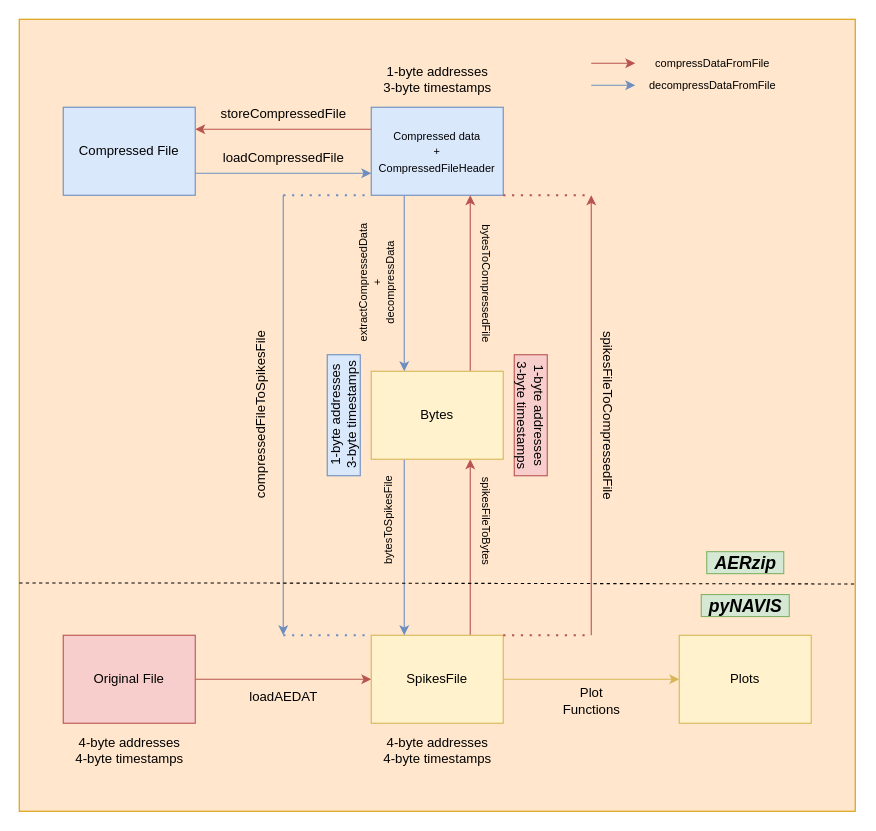
Earlier version of the draw.io diagram images/AERzip_Complete.drawio (alvayus/AERzip). Source tidied: cells renumbered, new cells numbered last; positions are measured from the earlier drawing's top-left corner, leaving out a move shared by most shapes. Both pictures are drawn from the tidied source at 110%, with x=0, y=0 at pixel (19, 19).
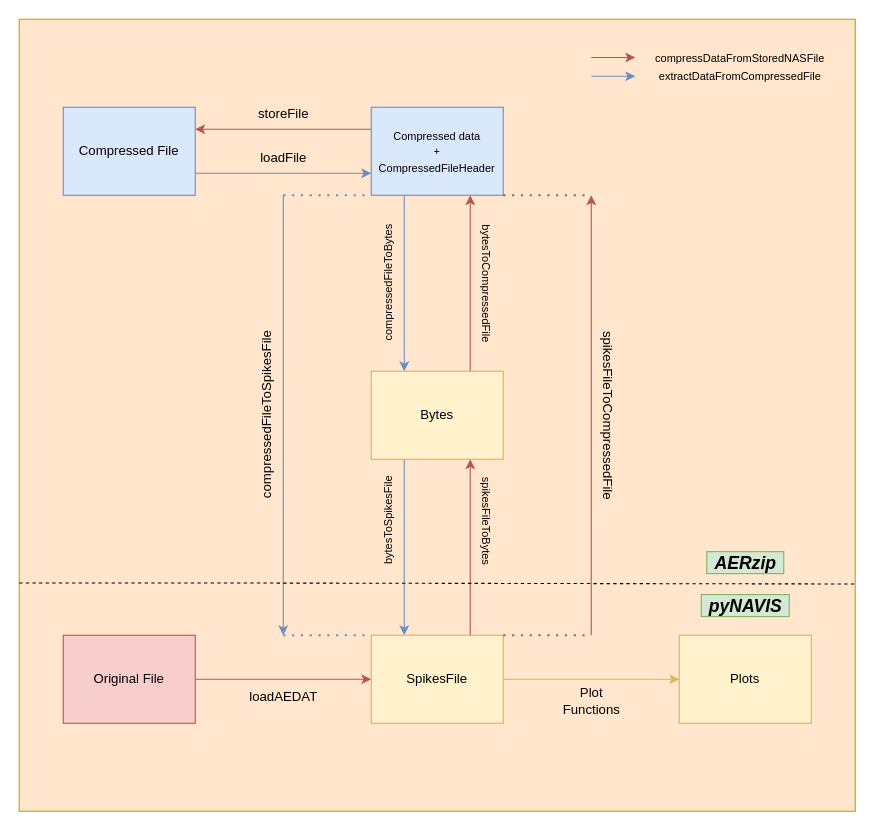
The same diagram, later.

What changed in the source:
```diff
@@
-    <mxCell id="8" value="1-byte addresses&lt;br&gt;3-byte timestamps" style="text;html=1;align=center;verticalAlign=middle;strokeColor=none;fillColor=none;" parent="1" vertex="1">
-      <mxGeometry x="325" y="40" width="110" height="30" as="geometry" />
-    </mxCell>
-    <mxCell id="9" value="4-byte addresses&lt;br&gt;4-byte timestamps" style="text;html=1;align=center;verticalAlign=middle;strokeColor=none;fillColor=none;" parent="1" vertex="1">
-      <mxGeometry x="45" y="650" width="110" height="30" as="geometry" />
-    </mxCell>
@@
-    <mxCell id="15" value="4-byte addresses&lt;br&gt;4-byte timestamps" style="text;html=1;align=center;verticalAlign=middle;strokeColor=none;fillColor=none;" parent="1" vertex="1">
-      <mxGeometry x="325" y="650" width="110" height="30" as="geometry" />
-    </mxCell>
@@
-    <mxCell id="23" value="1-byte addresses&lt;br&gt;3-byte timestamps" style="text;html=1;align=center;verticalAlign=middle;strokeColor=#b85450;fillColor=#f8cecc;rotation=90;" parent="1" vertex="1">
-      <mxGeometry x="410" y="345" width="110" height="30" as="geometry" />
-    </mxCell>
@@
-    <mxCell id="29" value="storeCompressedFile" style="text;html=1;align=center;verticalAlign=middle;strokeColor=none;fillColor=none;" parent="1" vertex="1">
-      <mxGeometry x="175" y="76" width="130" height="20" as="geometry" />
+    <mxCell id="29" value="storeFile" style="text;html=1;align=center;verticalAlign=middle;strokeColor=none;fillColor=none;" parent="1" vertex="1">
+      <mxGeometry x="205" y="71" width="70" height="30" as="geometry" />
     </mxCell>
-    <mxCell id="30" value="extractCompressedData&lt;br style=&quot;font-size: 10px;&quot;&gt;+&lt;br style=&quot;font-size: 10px;&quot;&gt;decompressData" style="text;html=1;align=center;verticalAlign=middle;strokeColor=none;fillColor=none;rotation=-90;fontSize=10;" parent="1" vertex="1">
-      <mxGeometry x="265" y="220" width="120" height="40" as="geometry" />
+    <mxCell id="30" value="compressedFileToBytes" style="text;html=1;align=center;verticalAlign=middle;strokeColor=none;fillColor=none;rotation=-90;fontSize=10;" parent="1" vertex="1">
+      <mxGeometry x="270" y="225" width="130" height="30" as="geometry" />
     </mxCell>
-    <mxCell id="31" value="1-byte addresses&lt;br&gt;3-byte timestamps" style="text;html=1;align=center;verticalAlign=middle;strokeColor=#6c8ebf;fillColor=#dae8fc;rotation=-90;" parent="1" vertex="1">
-      <mxGeometry x="240" y="345" width="110" height="30" as="geometry" />
-    </mxCell>
@@
     <mxCell id="36" value="compressedFileToSpikesFile" style="text;html=1;align=center;verticalAlign=middle;strokeColor=none;fillColor=none;rotation=-90;" parent="1" vertex="1">
-      <mxGeometry x="135" y="350" width="170" height="20" as="geometry" />
+      <mxGeometry x="140" y="350" width="170" height="20" as="geometry" />
     </mxCell>
     <mxCell id="37" style="endArrow=classic;html=1;rounded=0;fontSize=10;fillColor=#f8cecc;strokeColor=#b85450;" parent="1" edge="1">
       <mxGeometry relative="1" as="geometry">
-        <mxPoint x="520" y="40" as="sourcePoint" />
-        <mxPoint x="560" y="40" as="targetPoint" />
+        <mxPoint x="520" y="34.8" as="sourcePoint" />
+        <mxPoint x="560" y="34.8" as="targetPoint" />
       </mxGeometry>
     </mxCell>
-    <mxCell id="38" value="compressDataFromFile" style="text;html=1;align=center;verticalAlign=middle;strokeColor=none;fillColor=none;fontSize=10;" parent="1" vertex="1">
-      <mxGeometry x="570" y="30" width="120" height="20" as="geometry" />
+    <mxCell id="38" value="compressDataFromStoredNASFile" style="text;html=1;align=center;verticalAlign=middle;strokeColor=none;fillColor=none;fontSize=10;" parent="1" vertex="1">
+      <mxGeometry x="565" y="20" width="180" height="30" as="geometry" />
     </mxCell>
     <mxCell id="39" style="endArrow=classic;html=1;rounded=0;fontSize=10;fillColor=#dae8fc;strokeColor=#6c8ebf;" parent="1" edge="1">
       <mxGeometry relative="1" as="geometry">
-        <mxPoint x="520" y="60" as="sourcePoint" />
-        <mxPoint x="560" y="60" as="targetPoint" />
+        <mxPoint x="520" y="51.8" as="sourcePoint" />
+        <mxPoint x="560" y="51.8" as="targetPoint" />
       </mxGeometry>
     </mxCell>
-    <mxCell id="40" value="decompressDataFromFile" style="text;html=1;align=center;verticalAlign=middle;strokeColor=none;fillColor=none;fontSize=10;" parent="1" vertex="1">
-      <mxGeometry x="565" y="50" width="130" height="20" as="geometry" />
+    <mxCell id="40" value="extractDataFromCompressedFile" style="text;html=1;align=center;verticalAlign=middle;strokeColor=none;fillColor=none;fontSize=10;" parent="1" vertex="1">
+      <mxGeometry x="570" y="37" width="170" height="30" as="geometry" />
     </mxCell>
@@
-    <mxCell id="44" value="loadCompressedFile" style="text;html=1;align=center;verticalAlign=middle;strokeColor=none;fillColor=none;" parent="1" vertex="1">
-      <mxGeometry x="175" y="116" width="130" height="20" as="geometry" />
+    <mxCell id="44" value="loadFile" style="text;html=1;align=center;verticalAlign=middle;strokeColor=none;fillColor=none;" parent="1" vertex="1">
+      <mxGeometry x="205" y="111" width="70" height="30" as="geometry" />
     </mxCell>
```
